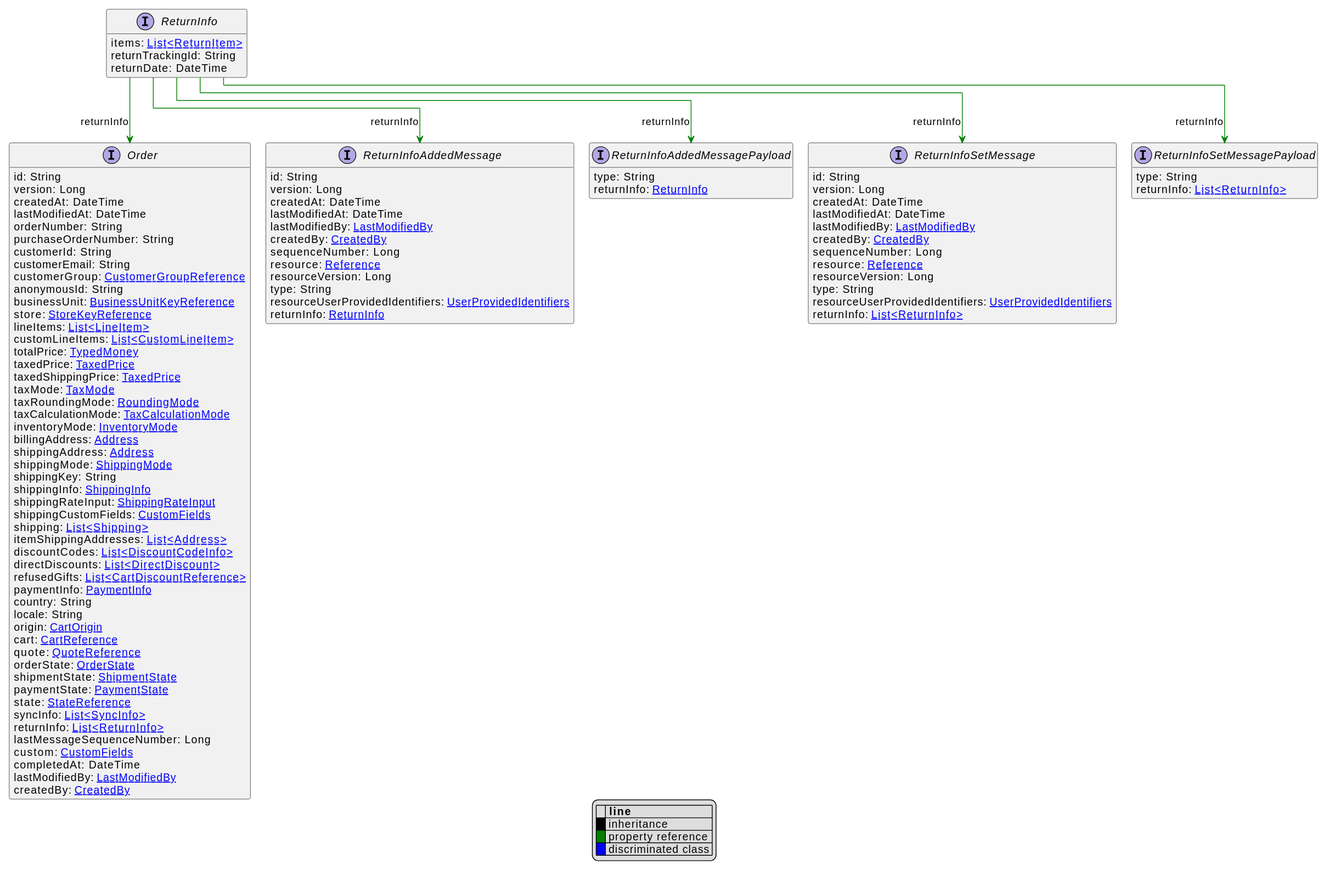
commercetools/commercetools-api-reference keeps this PlantUML diagram as uml/api/svg/ReturnInfo.svg. Above is the earlier version.
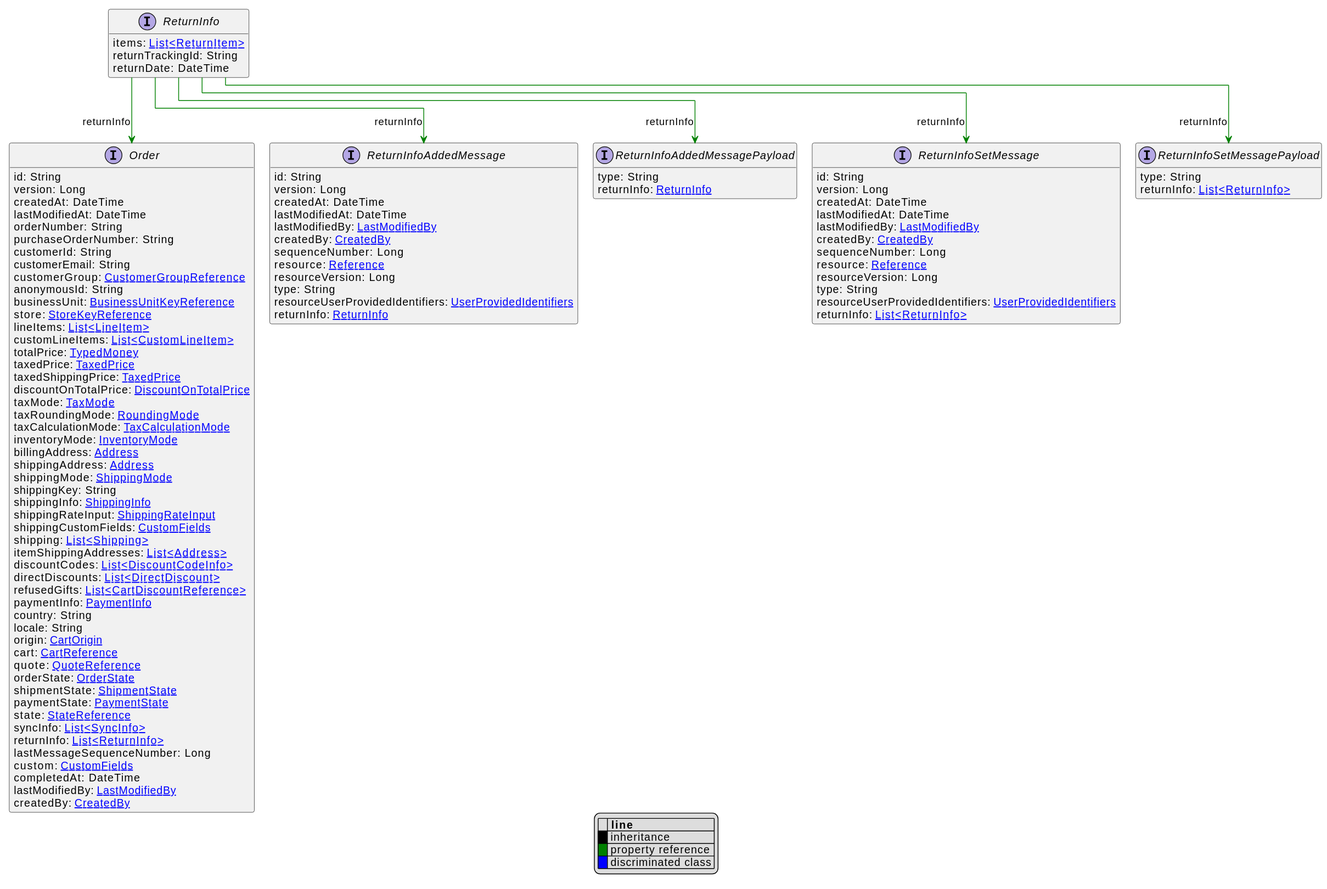
The same file after the commit.

The edit, as a diff of the source:
```diff
@@ -52,6 +52,7 @@
     totalPrice: [[TypedMoney.svg TypedMoney]]
     taxedPrice: [[TaxedPrice.svg TaxedPrice]]
     taxedShippingPrice: [[TaxedPrice.svg TaxedPrice]]
+    discountOnTotalPrice: [[DiscountOnTotalPrice.svg DiscountOnTotalPrice]]
     taxMode: [[TaxMode.svg TaxMode]]
     taxRoundingMode: [[RoundingMode.svg RoundingMode]]
     taxCalculationMode: [[TaxCalculationMode.svg TaxCalculationMode]]
```
